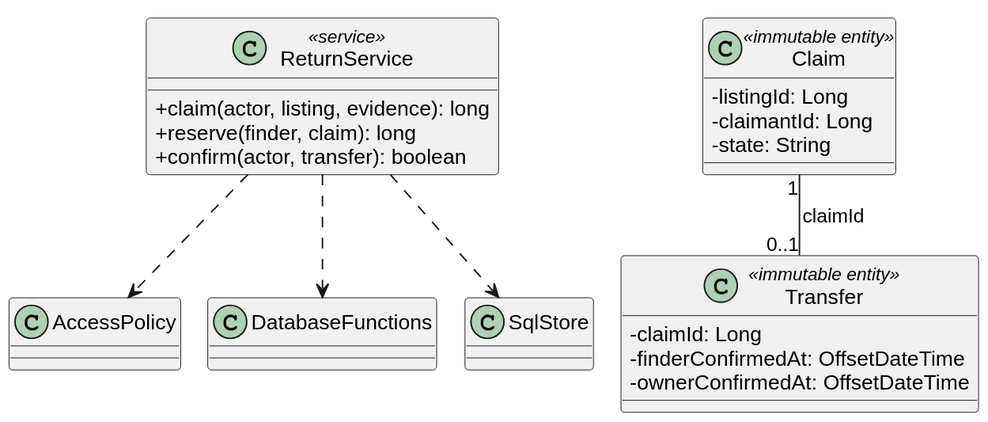
The PlantUML diagram docs/part3/uml/03_returns.svg in evgrart/Information-system-course-work, before a commit.
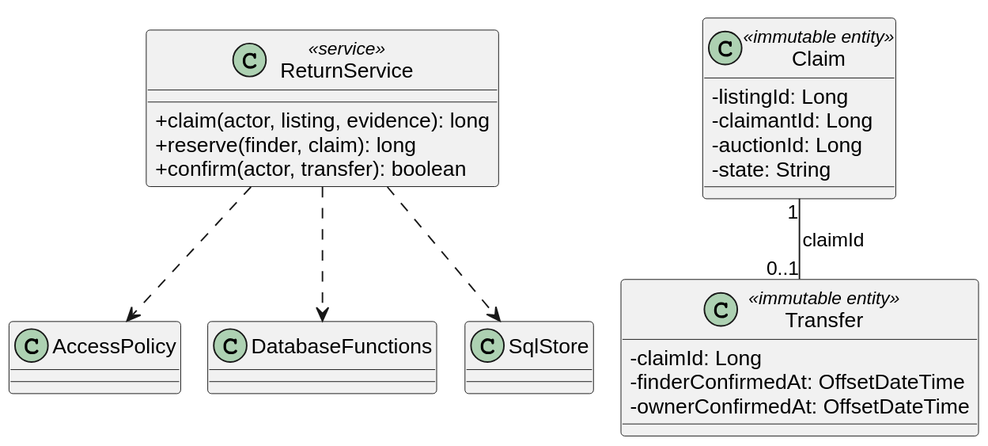
The same file after the commit.

What changed in the source:
```diff
@@ -18,6 +18,7 @@
 class Claim <<immutable entity>> {
 - listingId: Long
 - claimantId: Long
+- auctionId: Long
 - state: String
 }
 class Transfer <<immutable entity>> {
```
